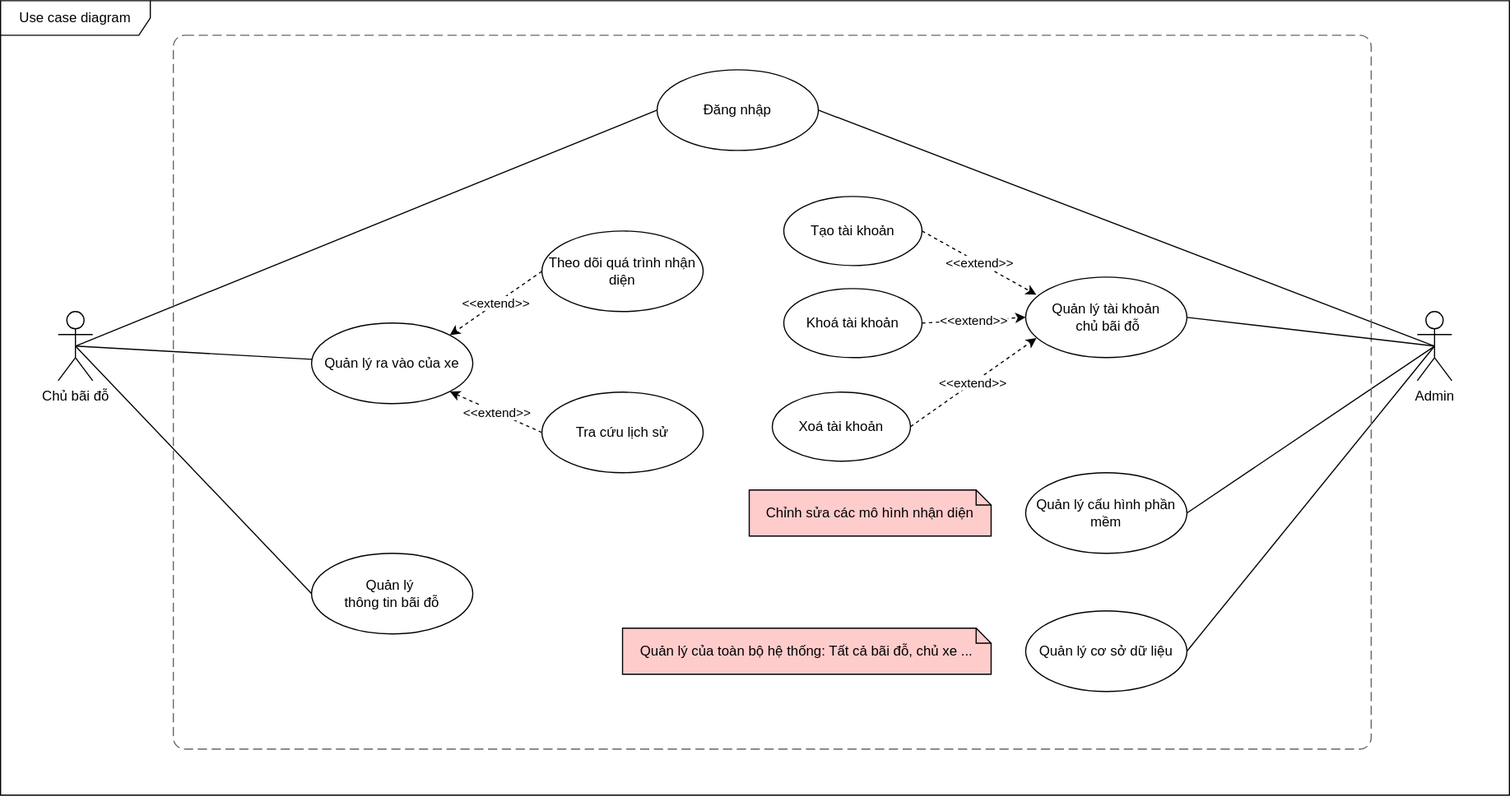
The draw.io diagram document/use-case.svg in MinMinhMin/Project, before a commit. Source tidied: cells renumbered, new cells last; positions are measured from the earlier drawing's top-left corner, leaving out a move shared by most shapes. The source it was exported from:
```xml
<mxGraphModel>
  <root>
    <mxCell id="0" />
    <mxCell id="1" parent="0" />
    <mxCell id="2" style="rounded=0;jettySize=auto;html=1;exitX=0.5;exitY=0.5;exitDx=0;exitDy=0;exitPerimeter=0;entryX=0;entryY=0.5;entryDx=0;entryDy=0;endArrow=none;startFill=0;" parent="1" edge="1" source="5" target="11">
      <mxGeometry relative="1" as="geometry" />
    </mxCell>
    <mxCell id="3" style="rounded=0;jettySize=auto;html=1;exitX=0.5;exitY=0.5;exitDx=0;exitDy=0;exitPerimeter=0;endArrow=none;startFill=0;" parent="1" edge="1" source="5" target="18">
      <mxGeometry relative="1" as="geometry" />
    </mxCell>
    <mxCell id="4" style="rounded=0;jettySize=auto;html=1;exitX=0.5;exitY=0.5;exitDx=0;exitDy=0;exitPerimeter=0;entryX=0;entryY=0.5;entryDx=0;entryDy=0;endArrow=none;startFill=0;" parent="1" edge="1" source="5" target="20">
      <mxGeometry relative="1" as="geometry" />
    </mxCell>
    <mxCell id="5" value="Chủ bãi đỗ" style="shape=umlActor;html=1;verticalLabelPosition=bottom;verticalAlign=top;align=center;" parent="1" vertex="1">
      <mxGeometry x="50" y="270" width="30" height="60" as="geometry" />
    </mxCell>
    <mxCell id="6" style="rounded=0;jettySize=auto;html=1;exitX=0.5;exitY=0.5;exitDx=0;exitDy=0;exitPerimeter=0;entryX=1;entryY=0.5;entryDx=0;entryDy=0;endArrow=none;startFill=0;" parent="1" edge="1" source="9" target="11">
      <mxGeometry relative="1" as="geometry" />
    </mxCell>
    <mxCell id="7" style="rounded=0;jettySize=auto;html=1;exitX=0.5;exitY=0.5;exitDx=0;exitDy=0;exitPerimeter=0;entryX=1;entryY=0.5;entryDx=0;entryDy=0;endArrow=none;startFill=0;" parent="1" edge="1" source="9" target="21">
      <mxGeometry relative="1" as="geometry" />
    </mxCell>
    <mxCell id="8" style="rounded=0;jettySize=auto;html=1;exitX=0.5;exitY=0.5;exitDx=0;exitDy=0;exitPerimeter=0;entryX=1;entryY=0.5;entryDx=0;entryDy=0;endArrow=none;startFill=0;" parent="1" edge="1" source="9" target="24">
      <mxGeometry relative="1" as="geometry" />
    </mxCell>
    <mxCell id="9" value="Admin" style="shape=umlActor;html=1;verticalLabelPosition=bottom;verticalAlign=top;align=center;" parent="1" vertex="1">
      <mxGeometry x="1230" y="270" width="30" height="60" as="geometry" />
    </mxCell>
    <object id="10" label="" placeholders="1">
      <mxCell style="rounded=1;fontSize=11;whiteSpace=wrap;html=1;dashed=1;arcSize=20;fillColor=none;strokeColor=#666666;fontColor=#333333;labelBackgroundColor=none;align=left;verticalAlign=bottom;labelBorderColor=none;spacingTop=0;spacing=10;dashPattern=8 4;perimeter=rectanglePerimeter;noLabel=0;labelPadding=0;absoluteArcSize=1;" parent="1" vertex="1">
        <mxGeometry x="150" y="30" width="1040" height="620" as="geometry" />
      </mxCell>
    </object>
    <mxCell id="11" value="Đăng nhập" style="ellipse;whiteSpace=wrap;html=1;" parent="1" vertex="1">
      <mxGeometry x="570" y="60" width="140" height="70" as="geometry" />
    </mxCell>
    <mxCell id="12" value="&amp;lt;&amp;lt;extend&amp;gt;&amp;gt;" style="rounded=0;jettySize=auto;html=1;exitX=1;exitY=0.5;exitDx=0;exitDy=0;entryX=0.066;entryY=0.219;entryDx=0;entryDy=0;entryPerimeter=0;dashed=1;" parent="1" edge="1" source="25" target="15">
      <mxGeometry relative="1" as="geometry" />
    </mxCell>
    <mxCell id="13" value="&amp;lt;&amp;lt;extend&amp;gt;&amp;gt;" style="rounded=0;jettySize=auto;html=1;exitX=1;exitY=0.5;exitDx=0;exitDy=0;entryX=0.067;entryY=0.757;entryDx=0;entryDy=0;entryPerimeter=0;dashed=1;" parent="1" edge="1" source="26" target="15">
      <mxGeometry relative="1" as="geometry" />
    </mxCell>
    <mxCell id="14" value="&amp;lt;&amp;lt;extend&amp;gt;&amp;gt;" style="rounded=0;jettySize=auto;html=1;exitX=1;exitY=0.5;exitDx=0;exitDy=0;entryX=0;entryY=0.5;entryDx=0;entryDy=0;dashed=1;" parent="1" edge="1" source="27" target="15">
      <mxGeometry relative="1" as="geometry" />
    </mxCell>
    <mxCell id="15" value="Quản lý tài khoản&lt;div&gt;&amp;nbsp;chủ bãi đỗ&lt;/div&gt;" style="ellipse;whiteSpace=wrap;html=1;" parent="1" vertex="1">
      <mxGeometry x="890" y="240" width="140" height="70" as="geometry" />
    </mxCell>
    <mxCell id="16" value="&amp;lt;&amp;lt;extend&amp;gt;&amp;gt;" style="rounded=0;jettySize=auto;html=1;exitX=0;exitY=0.5;exitDx=0;exitDy=0;entryX=1;entryY=0;entryDx=0;entryDy=0;dashed=1;" parent="1" edge="1" source="22" target="18">
      <mxGeometry x="0.01" relative="1" as="geometry" />
    </mxCell>
    <mxCell id="17" value="&amp;lt;&amp;lt;extend&amp;gt;&amp;gt;" style="rounded=0;jettySize=auto;html=1;exitX=0;exitY=0.5;exitDx=0;exitDy=0;entryX=1;entryY=1;entryDx=0;entryDy=0;dashed=1;" parent="1" edge="1" source="23" target="18">
      <mxGeometry relative="1" as="geometry" />
    </mxCell>
    <mxCell id="18" value="Quản lý ra vào của xe" style="ellipse;whiteSpace=wrap;html=1;" parent="1" vertex="1">
      <mxGeometry x="270" y="280" width="140" height="70" as="geometry" />
    </mxCell>
    <mxCell id="19" style="rounded=0;jettySize=auto;html=1;exitX=0.5;exitY=0.5;exitDx=0;exitDy=0;exitPerimeter=0;entryX=1;entryY=0.5;entryDx=0;entryDy=0;endArrow=none;startFill=0;" parent="1" edge="1" source="9" target="15">
      <mxGeometry relative="1" as="geometry" />
    </mxCell>
    <mxCell id="20" value="Quản lý&amp;nbsp;&lt;div&gt;thông tin bãi đỗ&lt;/div&gt;" style="ellipse;whiteSpace=wrap;html=1;" parent="1" vertex="1">
      <mxGeometry x="270" y="480" width="140" height="70" as="geometry" />
    </mxCell>
    <mxCell id="21" value="Quản lý cấu hình phần mềm" style="ellipse;whiteSpace=wrap;html=1;" parent="1" vertex="1">
      <mxGeometry x="890" y="410" width="140" height="70" as="geometry" />
    </mxCell>
    <mxCell id="22" value="Theo dõi quá trình nhận diện" style="ellipse;whiteSpace=wrap;html=1;" parent="1" vertex="1">
      <mxGeometry x="470" y="200" width="140" height="70" as="geometry" />
    </mxCell>
    <mxCell id="23" value="Tra cứu lịch sử" style="ellipse;whiteSpace=wrap;html=1;" parent="1" vertex="1">
      <mxGeometry x="470" y="340" width="140" height="70" as="geometry" />
    </mxCell>
    <mxCell id="24" value="Quản lý cơ sở dữ liệu" style="ellipse;whiteSpace=wrap;html=1;" parent="1" vertex="1">
      <mxGeometry x="890" y="530" width="140" height="70" as="geometry" />
    </mxCell>
    <mxCell id="25" value="Tạo tài khoản" style="ellipse;whiteSpace=wrap;html=1;" parent="1" vertex="1">
      <mxGeometry x="680" y="170" width="120" height="60" as="geometry" />
    </mxCell>
    <mxCell id="26" value="Xoá tài khoản" style="ellipse;whiteSpace=wrap;html=1;" parent="1" vertex="1">
      <mxGeometry x="670" y="340" width="120" height="60" as="geometry" />
    </mxCell>
    <mxCell id="27" value="Khoá tài khoản" style="ellipse;whiteSpace=wrap;html=1;" parent="1" vertex="1">
      <mxGeometry x="680" y="250" width="120" height="60" as="geometry" />
    </mxCell>
    <mxCell id="28" value="Chỉnh sửa các mô hình nhận diện" style="shape=note;size=13;whiteSpace=wrap;html=1;fillColor=#FFCCCC;" parent="1" vertex="1">
      <mxGeometry x="650" y="425" width="210" height="40" as="geometry" />
    </mxCell>
    <mxCell id="29" value="Quản lý của toàn bộ hệ thống: Tất cả bãi đỗ, chủ xe ..." style="shape=note;size=13;whiteSpace=wrap;html=1;fillColor=#FFCCCC;" parent="1" vertex="1">
      <mxGeometry x="540" y="545" width="320" height="40" as="geometry" />
    </mxCell>
    <mxCell id="30" value="Use case diagram" style="shape=umlFrame;whiteSpace=wrap;html=1;width=130;height=30;" parent="1" vertex="1">
      <mxGeometry width="1310" height="690" as="geometry" />
    </mxCell>
  </root>
</mxGraphModel>
```
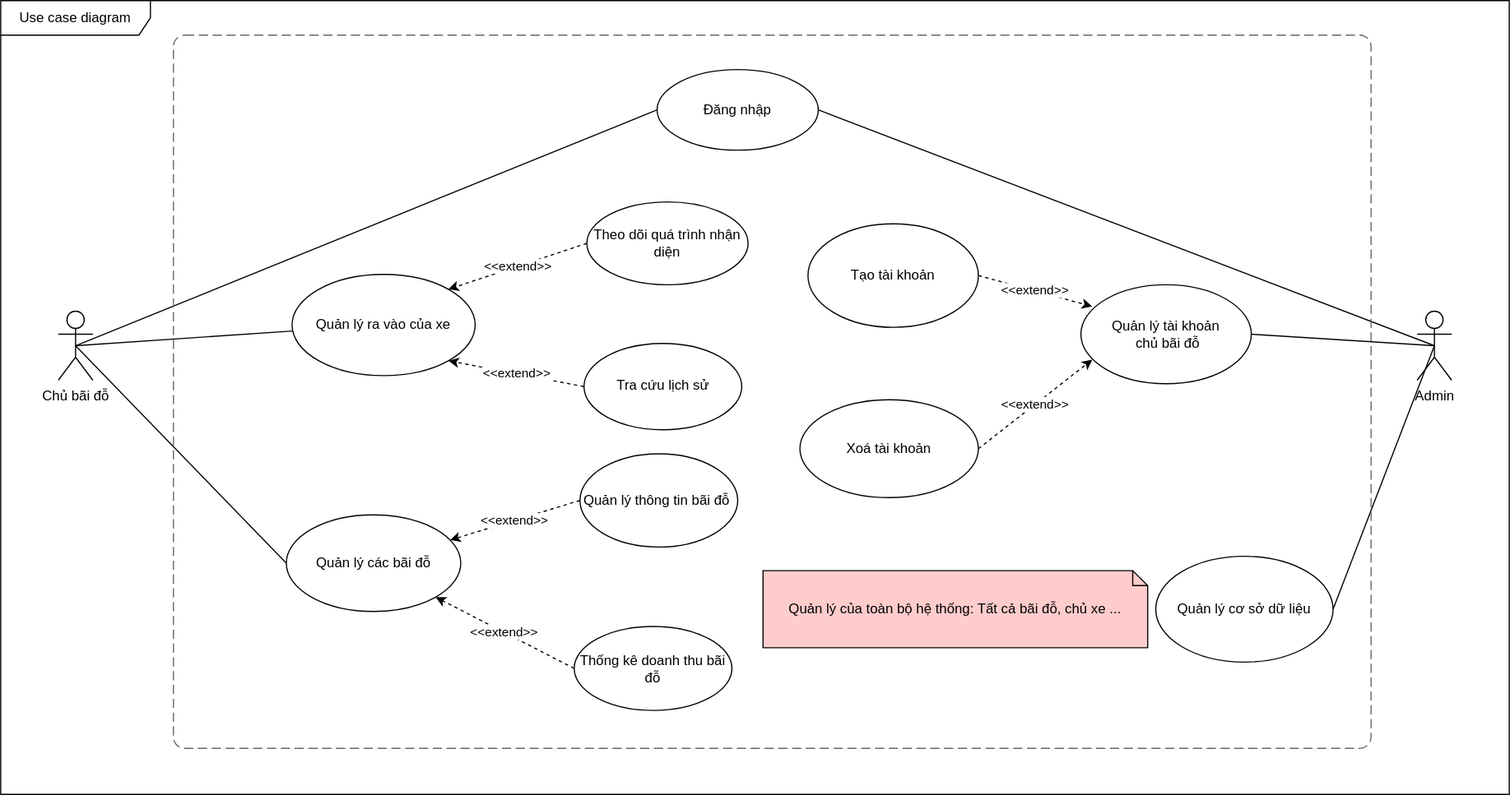
Above is the later version.

Commit message:
Usecase diagram change

The edit, as a diff of the source:
```diff
@@ -17,9 +17,6 @@
     <mxCell id="6" style="rounded=0;jettySize=auto;html=1;exitX=0.5;exitY=0.5;exitDx=0;exitDy=0;exitPerimeter=0;entryX=1;entryY=0.5;entryDx=0;entryDy=0;endArrow=none;startFill=0;" parent="1" edge="1" source="9" target="11">
       <mxGeometry relative="1" as="geometry" />
     </mxCell>
-    <mxCell id="7" style="rounded=0;jettySize=auto;html=1;exitX=0.5;exitY=0.5;exitDx=0;exitDy=0;exitPerimeter=0;entryX=1;entryY=0.5;entryDx=0;entryDy=0;endArrow=none;startFill=0;" parent="1" edge="1" source="9" target="21">
-      <mxGeometry relative="1" as="geometry" />
-    </mxCell>
     <mxCell id="8" style="rounded=0;jettySize=auto;html=1;exitX=0.5;exitY=0.5;exitDx=0;exitDy=0;exitPerimeter=0;entryX=1;entryY=0.5;entryDx=0;entryDy=0;endArrow=none;startFill=0;" parent="1" edge="1" source="9" target="24">
       <mxGeometry relative="1" as="geometry" />
     </mxCell>
@@ -40,11 +37,8 @@
     <mxCell id="13" value="&amp;lt;&amp;lt;extend&amp;gt;&amp;gt;" style="rounded=0;jettySize=auto;html=1;exitX=1;exitY=0.5;exitDx=0;exitDy=0;entryX=0.067;entryY=0.757;entryDx=0;entryDy=0;entryPerimeter=0;dashed=1;" parent="1" edge="1" source="26" target="15">
       <mxGeometry relative="1" as="geometry" />
     </mxCell>
-    <mxCell id="14" value="&amp;lt;&amp;lt;extend&amp;gt;&amp;gt;" style="rounded=0;jettySize=auto;html=1;exitX=1;exitY=0.5;exitDx=0;exitDy=0;entryX=0;entryY=0.5;entryDx=0;entryDy=0;dashed=1;" parent="1" edge="1" source="27" target="15">
-      <mxGeometry relative="1" as="geometry" />
-    </mxCell>
     <mxCell id="15" value="Quản lý tài khoản&lt;div&gt;&amp;nbsp;chủ bãi đỗ&lt;/div&gt;" style="ellipse;whiteSpace=wrap;html=1;" parent="1" vertex="1">
-      <mxGeometry x="890" y="240" width="140" height="70" as="geometry" />
+      <mxGeometry x="938" y="247" width="148" height="86" as="geometry" />
     </mxCell>
     <mxCell id="16" value="&amp;lt;&amp;lt;extend&amp;gt;&amp;gt;" style="rounded=0;jettySize=auto;html=1;exitX=0;exitY=0.5;exitDx=0;exitDy=0;entryX=1;entryY=0;entryDx=0;entryDy=0;dashed=1;" parent="1" edge="1" source="22" target="18">
       <mxGeometry x="0.01" relative="1" as="geometry" />
@@ -53,43 +47,46 @@
       <mxGeometry relative="1" as="geometry" />
     </mxCell>
     <mxCell id="18" value="Quản lý ra vào của xe" style="ellipse;whiteSpace=wrap;html=1;" parent="1" vertex="1">
-      <mxGeometry x="270" y="280" width="140" height="70" as="geometry" />
+      <mxGeometry x="253" y="238" width="159" height="88" as="geometry" />
     </mxCell>
     <mxCell id="19" style="rounded=0;jettySize=auto;html=1;exitX=0.5;exitY=0.5;exitDx=0;exitDy=0;exitPerimeter=0;entryX=1;entryY=0.5;entryDx=0;entryDy=0;endArrow=none;startFill=0;" parent="1" edge="1" source="9" target="15">
       <mxGeometry relative="1" as="geometry" />
     </mxCell>
-    <mxCell id="20" value="Quản lý&amp;nbsp;&lt;div&gt;thông tin bãi đỗ&lt;/div&gt;" style="ellipse;whiteSpace=wrap;html=1;" parent="1" vertex="1">
-      <mxGeometry x="270" y="480" width="140" height="70" as="geometry" />
+    <mxCell id="20" value="Quản lý các&amp;nbsp;&lt;span style=&quot;background-color: transparent; color: light-dark(rgb(0, 0, 0), rgb(255, 255, 255));&quot;&gt;bãi đỗ&lt;/span&gt;" style="ellipse;whiteSpace=wrap;html=1;" parent="1" vertex="1">
+      <mxGeometry x="248" y="447" width="151.5" height="84" as="geometry" />
     </mxCell>
-    <mxCell id="21" value="Quản lý cấu hình phần mềm" style="ellipse;whiteSpace=wrap;html=1;" parent="1" vertex="1">
-      <mxGeometry x="890" y="410" width="140" height="70" as="geometry" />
-    </mxCell>
     <mxCell id="22" value="Theo dõi quá trình nhận diện" style="ellipse;whiteSpace=wrap;html=1;" parent="1" vertex="1">
-      <mxGeometry x="470" y="200" width="140" height="70" as="geometry" />
+      <mxGeometry x="509" y="175" width="140" height="72" as="geometry" />
     </mxCell>
     <mxCell id="23" value="Tra cứu lịch sử" style="ellipse;whiteSpace=wrap;html=1;" parent="1" vertex="1">
-      <mxGeometry x="470" y="340" width="140" height="70" as="geometry" />
+      <mxGeometry x="506.5" y="298" width="137" height="75" as="geometry" />
     </mxCell>
     <mxCell id="24" value="Quản lý cơ sở dữ liệu" style="ellipse;whiteSpace=wrap;html=1;" parent="1" vertex="1">
-      <mxGeometry x="890" y="530" width="140" height="70" as="geometry" />
+      <mxGeometry x="1003" y="483" width="154" height="92" as="geometry" />
     </mxCell>
     <mxCell id="25" value="Tạo tài khoản" style="ellipse;whiteSpace=wrap;html=1;" parent="1" vertex="1">
-      <mxGeometry x="680" y="170" width="120" height="60" as="geometry" />
+      <mxGeometry x="701" y="194" width="148" height="90" as="geometry" />
     </mxCell>
     <mxCell id="26" value="Xoá tài khoản" style="ellipse;whiteSpace=wrap;html=1;" parent="1" vertex="1">
-      <mxGeometry x="670" y="340" width="120" height="60" as="geometry" />
+      <mxGeometry x="694" y="347" width="155" height="85" as="geometry" />
     </mxCell>
-    <mxCell id="27" value="Khoá tài khoản" style="ellipse;whiteSpace=wrap;html=1;" parent="1" vertex="1">
-      <mxGeometry x="680" y="250" width="120" height="60" as="geometry" />
-    </mxCell>
-    <mxCell id="28" value="Chỉnh sửa các mô hình nhận diện" style="shape=note;size=13;whiteSpace=wrap;html=1;fillColor=#FFCCCC;" parent="1" vertex="1">
-      <mxGeometry x="650" y="425" width="210" height="40" as="geometry" />
-    </mxCell>
     <mxCell id="29" value="Quản lý của toàn bộ hệ thống: Tất cả bãi đỗ, chủ xe ..." style="shape=note;size=13;whiteSpace=wrap;html=1;fillColor=#FFCCCC;" parent="1" vertex="1">
-      <mxGeometry x="540" y="545" width="320" height="40" as="geometry" />
+      <mxGeometry x="662" y="495.5" width="334" height="67" as="geometry" />
     </mxCell>
     <mxCell id="30" value="Use case diagram" style="shape=umlFrame;whiteSpace=wrap;html=1;width=130;height=30;" parent="1" vertex="1">
       <mxGeometry width="1310" height="690" as="geometry" />
     </mxCell>
+    <mxCell id="31" value="&amp;lt;&amp;lt;extend&amp;gt;&amp;gt;" style="rounded=0;jettySize=auto;html=1;exitX=0;exitY=0.5;exitDx=0;exitDy=0;dashed=1;" parent="1" edge="1" source="33" target="20">
+      <mxGeometry x="0.01" relative="1" as="geometry" />
+    </mxCell>
+    <mxCell id="32" value="&amp;lt;&amp;lt;extend&amp;gt;&amp;gt;" style="rounded=0;jettySize=auto;html=1;exitX=0;exitY=0.5;exitDx=0;exitDy=0;dashed=1;entryX=1;entryY=1;entryDx=0;entryDy=0;" parent="1" edge="1" source="34" target="20">
+      <mxGeometry relative="1" as="geometry" />
+    </mxCell>
+    <mxCell id="33" value="Quản lý thông tin bãi đỗ&amp;nbsp;" style="ellipse;whiteSpace=wrap;html=1;" parent="1" vertex="1">
+      <mxGeometry x="503" y="394" width="137" height="81" as="geometry" />
+    </mxCell>
+    <mxCell id="34" value="Thống kê doanh thu bãi đỗ" style="ellipse;whiteSpace=wrap;html=1;" parent="1" vertex="1">
+      <mxGeometry x="498" y="544" width="137" height="73" as="geometry" />
+    </mxCell>
   </root>
 </mxGraphModel>
```
